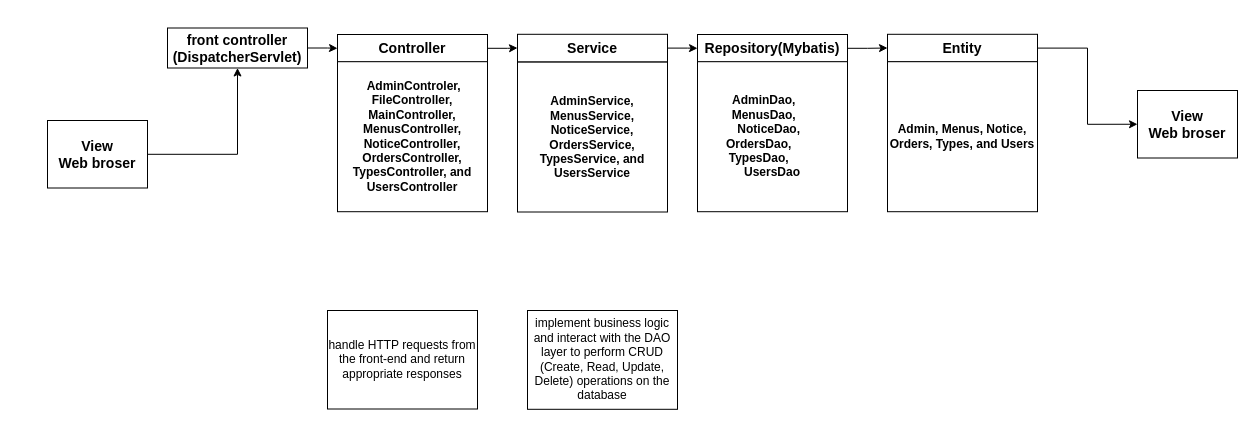
Above: system architecture.drawio in JetfiremaxYao/CW (draw.io), before the change. Source tidied: cells renumbered, new cells numbered last; positions are measured from the earlier drawing's top-left corner, leaving out a move shared by most shapes. Both pictures are drawn from the tidied source at 100%, with x=0, y=0 at pixel (47, 28).
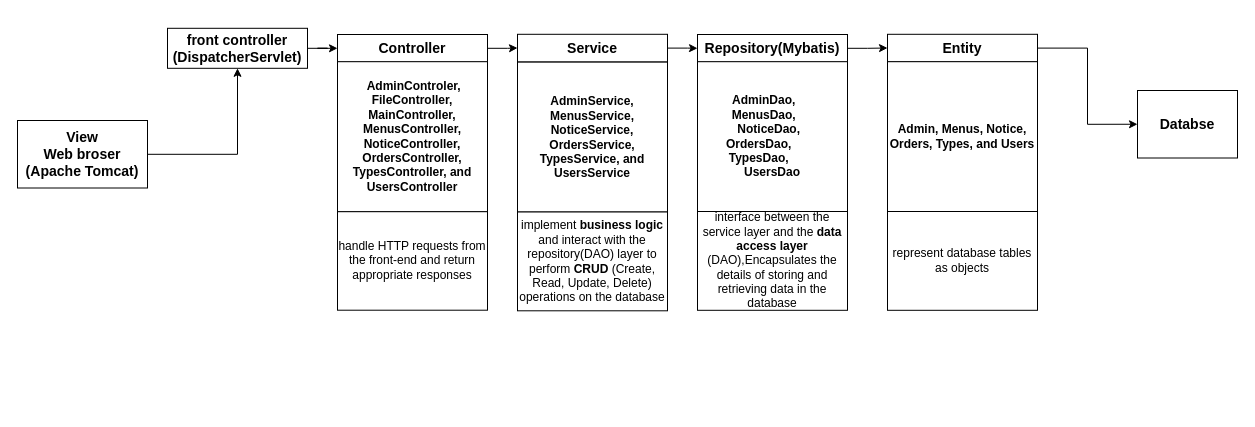
The same diagram, later.

What changed in the source:
```diff
@@
-    <mxCell id="3" value="&lt;h3&gt;View&lt;br&gt;Web broser&lt;/h3&gt;" style="rounded=0;whiteSpace=wrap;html=1;" parent="1" vertex="1">
-      <mxGeometry y="92" width="100" height="67.5" as="geometry" />
+    <mxCell id="3" value="&lt;h3&gt;View&lt;br&gt;Web broser (Apache Tomcat)&lt;/h3&gt;" style="rounded=0;whiteSpace=wrap;html=1;" parent="1" vertex="1">
+      <mxGeometry x="-30" y="92" width="130" height="67.5" as="geometry" />
     </mxCell>
@@
     <mxCell id="5" value="&lt;h3&gt;front controller (DispatcherServlet) &lt;/h3&gt;" style="rounded=0;whiteSpace=wrap;html=1;" parent="1" vertex="1">
-      <mxGeometry x="120" y="-0.5" width="140" height="40" as="geometry" />
+      <mxGeometry x="120" y="-0.2" width="140" height="40" as="geometry" />
     </mxCell>
@@
-    <mxCell id="18" value="&lt;h3&gt;View&lt;br&gt;Web broser&lt;/h3&gt;" style="rounded=0;whiteSpace=wrap;html=1;" parent="1" vertex="1">
+    <mxCell id="18" value="&lt;h3&gt;Databse&lt;/h3&gt;" style="rounded=0;whiteSpace=wrap;html=1;" parent="1" vertex="1">
       <mxGeometry x="1090" y="62" width="100" height="67.5" as="geometry" />
     </mxCell>
     <mxCell id="19" value="handle HTTP requests from the front-end and return appropriate responses" style="rounded=0;whiteSpace=wrap;html=1;" parent="1" vertex="1">
-      <mxGeometry x="280" y="282" width="150" height="98.5" as="geometry" />
+      <mxGeometry x="290" y="183.2" width="150" height="98.5" as="geometry" />
     </mxCell>
-    <mxCell id="20" value="implement business logic and interact with the DAO layer to perform CRUD (Create, Read, Update, Delete) operations on the database" style="rounded=0;whiteSpace=wrap;html=1;" parent="1" vertex="1">
-      <mxGeometry x="480" y="282" width="150" height="98.8" as="geometry" />
+    <mxCell id="20" value="implement &lt;b&gt;business logic&lt;/b&gt; and interact with the repository(DAO) layer to perform &lt;b&gt;CRUD&lt;/b&gt; (Create, Read, Update, Delete) operations on the database" style="rounded=0;whiteSpace=wrap;html=1;" parent="1" vertex="1">
+      <mxGeometry x="470" y="183.5" width="150" height="98.8" as="geometry" />
     </mxCell>
+    <mxCell id="21" value="interface between the service layer and the &lt;b&gt;data access layer&lt;/b&gt; (DAO),Encapsulates the details of storing and retrieving data in the database" style="rounded=0;whiteSpace=wrap;html=1;" parent="1" vertex="1">
+      <mxGeometry x="650" y="183" width="150" height="98.8" as="geometry" />
+    </mxCell>
+    <mxCell id="22" value="represent database tables as objects" style="rounded=0;whiteSpace=wrap;html=1;" parent="1" vertex="1">
+      <mxGeometry x="840" y="183" width="150" height="98.8" as="geometry" />
+    </mxCell>
```
